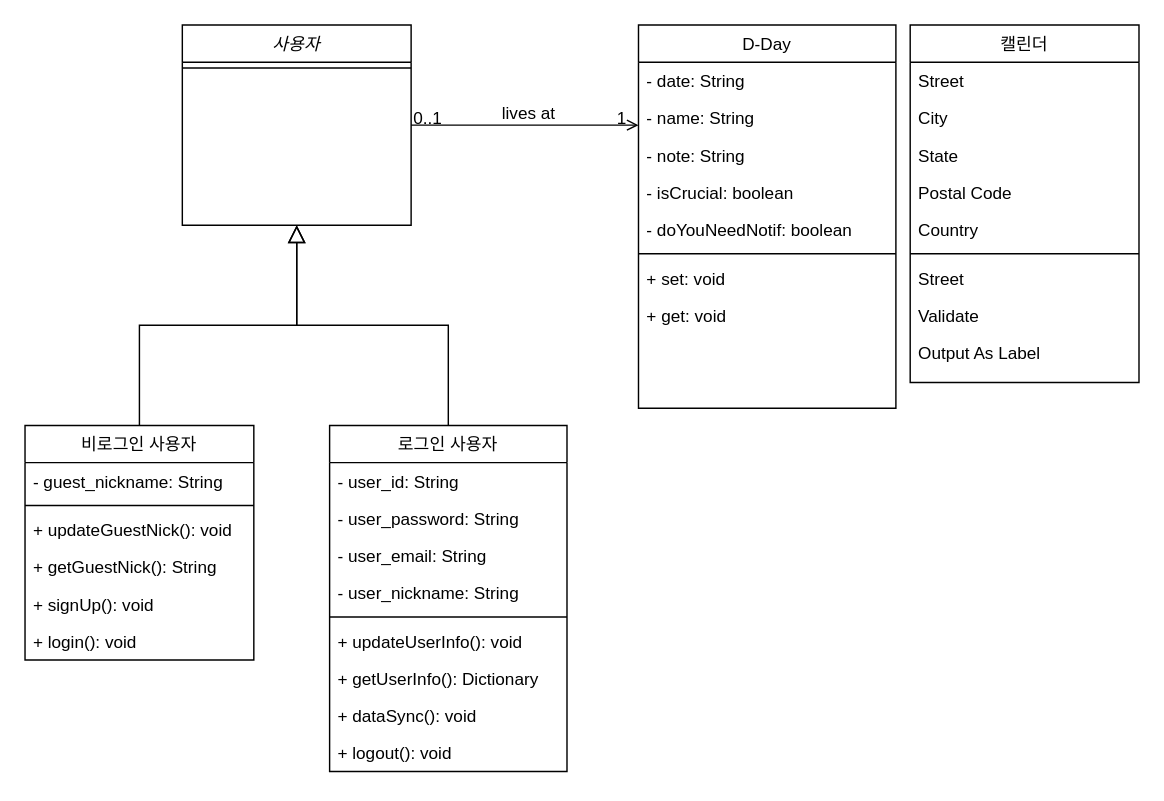
This is class diagram.drawio from baechuTree/softwareEngineering, a draw.io file, before an edit. Source tidied: cells renumbered, new cells numbered last; positions are measured from the earlier drawing's top-left corner, leaving out a move shared by most shapes. Both pictures are drawn from the tidied source at 143%, with x=0, y=0 at pixel (24, 24).
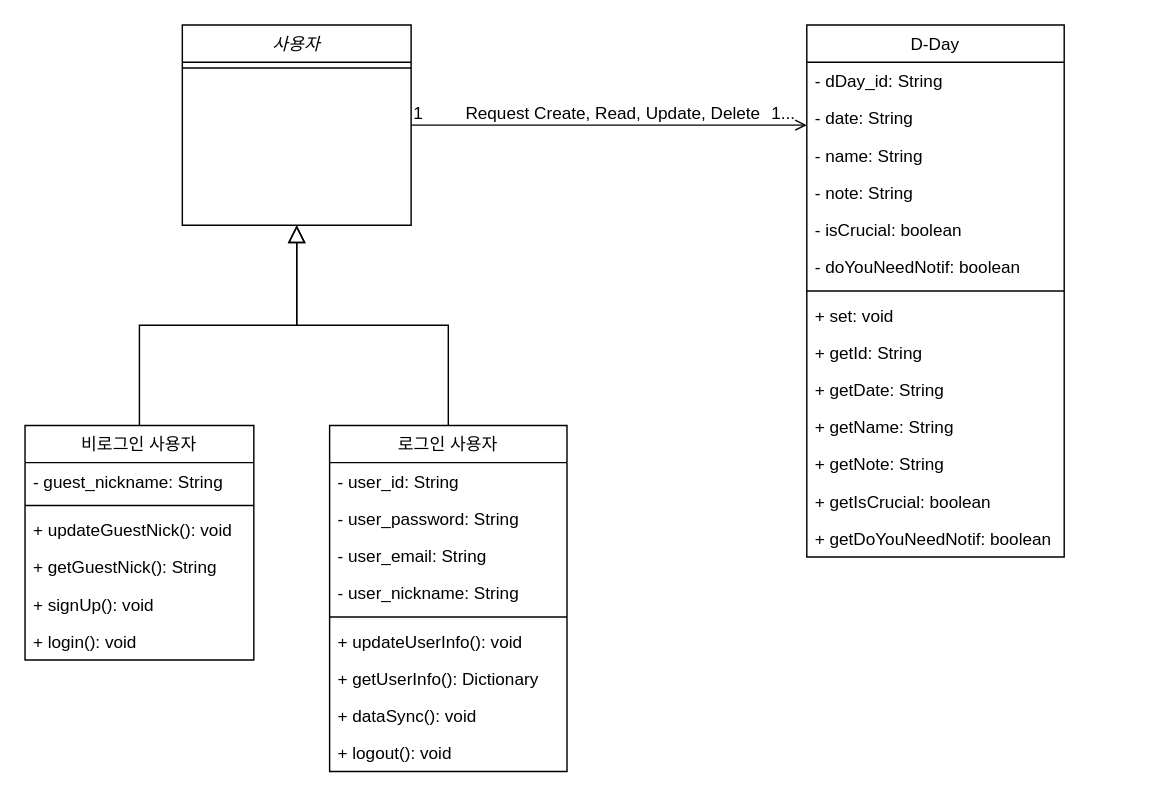
The same page after the edit.

Unchanged cells that the change refers to:
```xml
<mxCell id="33" style="endArrow=open;shadow=0;strokeWidth=1;rounded=0;curved=0;endFill=1;edgeStyle=elbowEdgeStyle;elbow=vertical;" parent="1" edge="1" source="2" target="23">
  <mxGeometry x="0.5" y="41" relative="1" as="geometry">
    <mxPoint x="-40" y="32" as="offset" />
  </mxGeometry>
</mxCell>
```

The edit, as a diff of the source:
```diff
@@
     <mxCell id="23" value="D-Day" style="swimlane;fontStyle=0;align=center;verticalAlign=top;horizontal=1;startSize=26;rounded=0;shadow=0;strokeWidth=1;" parent="1" vertex="1">
-      <mxGeometry x="429" width="180" height="268" as="geometry" />
+      <mxGeometry x="546.7" width="180" height="372" as="geometry" />
     </mxCell>
-    <mxCell id="24" value="- date: String" style="text;align=left;verticalAlign=top;spacingLeft=4;spacingRight=4;overflow=hidden;" parent="23" vertex="1">
+    <mxCell id="24" value="- dDay_id: String" style="text;align=left;verticalAlign=top;spacingLeft=4;spacingRight=4;overflow=hidden;" parent="23" vertex="1">
       <mxGeometry y="26" width="180" height="26" as="geometry" />
     </mxCell>
+    <mxCell id="48" value="- date: String" style="text;align=left;verticalAlign=top;spacingLeft=4;spacingRight=4;overflow=hidden;" parent="23" vertex="1">
+      <mxGeometry y="52" width="180" height="26" as="geometry" />
+    </mxCell>
     <mxCell id="25" value="- name: String" style="text;align=left;verticalAlign=top;spacingLeft=4;spacingRight=4;overflow=hidden;rounded=0;shadow=0;html=0;" parent="23" vertex="1">
-      <mxGeometry y="52" width="180" height="26" as="geometry" />
+      <mxGeometry y="78" width="180" height="26" as="geometry" />
     </mxCell>
     <mxCell id="26" value="- note: String" style="text;align=left;verticalAlign=top;spacingLeft=4;spacingRight=4;overflow=hidden;rounded=0;shadow=0;html=0;" parent="23" vertex="1">
-      <mxGeometry y="78" width="180" height="26" as="geometry" />
+      <mxGeometry y="104" width="180" height="26" as="geometry" />
     </mxCell>
     <mxCell id="27" value="- isCrucial: boolean" style="text;align=left;verticalAlign=top;spacingLeft=4;spacingRight=4;overflow=hidden;rounded=0;shadow=0;html=0;" parent="23" vertex="1">
-      <mxGeometry y="104" width="180" height="26" as="geometry" />
+      <mxGeometry y="130" width="180" height="26" as="geometry" />
     </mxCell>
     <mxCell id="28" value="- doYouNeedNotif: boolean" style="text;align=left;verticalAlign=top;spacingLeft=4;spacingRight=4;overflow=hidden;rounded=0;shadow=0;html=0;" parent="23" vertex="1">
-      <mxGeometry y="130" width="180" height="26" as="geometry" />
+      <mxGeometry y="156" width="180" height="26" as="geometry" />
     </mxCell>
     <mxCell id="29" style="line;html=1;strokeWidth=1;align=left;verticalAlign=middle;spacingTop=-1;spacingLeft=3;spacingRight=3;labelPosition=right;" parent="23" vertex="1">
-      <mxGeometry y="156" width="180" height="8" as="geometry" />
+      <mxGeometry y="182" width="180" height="8" as="geometry" />
     </mxCell>
     <mxCell id="30" value="+ set: void" style="text;align=left;verticalAlign=top;spacingLeft=4;spacingRight=4;overflow=hidden;points=[[0,0.5],[1,0.5]];portConstraint=eastwest;" parent="23" vertex="1">
-      <mxGeometry y="164" width="180" height="26" as="geometry" />
+      <mxGeometry y="190" width="180" height="26" as="geometry" />
     </mxCell>
@@
-    <mxCell id="32" value="+ get: void" style="text;align=left;verticalAlign=top;spacingLeft=4;spacingRight=4;overflow=hidden;" parent="23" vertex="1">
-      <mxGeometry y="190" width="180" height="26" as="geometry" />
+    <mxCell id="32" value="+ getId: String" style="text;align=left;verticalAlign=top;spacingLeft=4;spacingRight=4;overflow=hidden;" parent="23" vertex="1">
+      <mxGeometry y="216" width="180" height="26" as="geometry" />
     </mxCell>
+    <mxCell id="49" value="+ getDate: String" style="text;align=left;verticalAlign=top;spacingLeft=4;spacingRight=4;overflow=hidden;" parent="23" vertex="1">
+      <mxGeometry y="242" width="180" height="26" as="geometry" />
+    </mxCell>
+    <mxCell id="50" value="+ getName: String" style="text;align=left;verticalAlign=top;spacingLeft=4;spacingRight=4;overflow=hidden;" parent="23" vertex="1">
+      <mxGeometry y="268" width="180" height="26" as="geometry" />
+    </mxCell>
+    <mxCell id="51" value="+ getNote: String" style="text;align=left;verticalAlign=top;spacingLeft=4;spacingRight=4;overflow=hidden;" parent="23" vertex="1">
+      <mxGeometry y="294" width="180" height="26" as="geometry" />
+    </mxCell>
+    <mxCell id="52" value="+ getIsCrucial: boolean" style="text;align=left;verticalAlign=top;spacingLeft=4;spacingRight=4;overflow=hidden;" parent="23" vertex="1">
+      <mxGeometry y="320" width="180" height="26" as="geometry" />
+    </mxCell>
+    <mxCell id="53" value="+ getDoYouNeedNotif: boolean" style="text;align=left;verticalAlign=top;spacingLeft=4;spacingRight=4;overflow=hidden;" parent="23" vertex="1">
+      <mxGeometry y="346" width="180" height="26" as="geometry" />
+    </mxCell>
@@
-    <mxCell id="34" value="0..1" style="align=left;verticalAlign=bottom;labelBackgroundColor=none;fontSize=12;" parent="33" vertex="1">
-      <mxGeometry x="-1" relative="1" as="geometry">
-        <mxPoint y="4" as="offset" />
-      </mxGeometry>
+    <mxCell id="34" value="1" style="align=left;verticalAlign=bottom;labelBackgroundColor=none;fontSize=12;" parent="33" vertex="1">
+      <mxGeometry x="-1" relative="1" as="geometry" />
     </mxCell>
-    <mxCell id="35" value="1" style="align=right;verticalAlign=bottom;labelBackgroundColor=none;fontSize=12;" parent="33" vertex="1">
+    <mxCell id="35" value="1..." style="align=right;verticalAlign=bottom;labelBackgroundColor=none;fontSize=12;" parent="33" vertex="1">
       <mxGeometry x="1" relative="1" as="geometry">
-        <mxPoint x="-7" y="4" as="offset" />
+        <mxPoint x="-7" as="offset" />
       </mxGeometry>
     </mxCell>
-    <mxCell id="36" value="lives at" style="text;html=1;align=center;verticalAlign=middle;labelBackgroundColor=none;rounded=0;shadow=0;strokeWidth=1;fontSize=12;" parent="33" vertex="1">
+    <mxCell id="36" value="Request Create, Read, Update, Delete" style="text;html=1;align=center;verticalAlign=middle;labelBackgroundColor=none;rounded=0;shadow=0;strokeWidth=1;fontSize=12;" parent="33" vertex="1">
       <mxGeometry x="0.5" y="49" relative="1" as="geometry">
-        <mxPoint x="-38" y="40" as="offset" />
+        <mxPoint x="-68" y="40" as="offset" />
       </mxGeometry>
     </mxCell>
-    <mxCell id="37" value="캘린더" style="swimlane;fontStyle=0;align=center;verticalAlign=top;horizontal=1;startSize=26;rounded=0;shadow=0;strokeWidth=1;" parent="1" vertex="1">
-      <mxGeometry x="619" width="160" height="250" as="geometry" />
-    </mxCell>
-    <mxCell id="38" value="Street" style="text;align=left;verticalAlign=top;spacingLeft=4;spacingRight=4;overflow=hidden;" parent="37" vertex="1">
-      <mxGeometry y="26" width="160" height="26" as="geometry" />
-    </mxCell>
-    <mxCell id="39" value="City" style="text;align=left;verticalAlign=top;spacingLeft=4;spacingRight=4;overflow=hidden;rounded=0;shadow=0;html=0;" parent="37" vertex="1">
-      <mxGeometry y="52" width="160" height="26" as="geometry" />
-    </mxCell>
-    <mxCell id="40" value="State" style="text;align=left;verticalAlign=top;spacingLeft=4;spacingRight=4;overflow=hidden;rounded=0;shadow=0;html=0;" parent="37" vertex="1">
-      <mxGeometry y="78" width="160" height="26" as="geometry" />
-    </mxCell>
-    <mxCell id="41" value="Postal Code" style="text;align=left;verticalAlign=top;spacingLeft=4;spacingRight=4;overflow=hidden;rounded=0;shadow=0;html=0;" parent="37" vertex="1">
-      <mxGeometry y="104" width="160" height="26" as="geometry" />
-    </mxCell>
-    <mxCell id="42" value="Country" style="text;align=left;verticalAlign=top;spacingLeft=4;spacingRight=4;overflow=hidden;rounded=0;shadow=0;html=0;" parent="37" vertex="1">
-      <mxGeometry y="130" width="160" height="26" as="geometry" />
-    </mxCell>
-    <mxCell id="43" style="line;html=1;strokeWidth=1;align=left;verticalAlign=middle;spacingTop=-1;spacingLeft=3;spacingRight=3;labelPosition=right;" parent="37" vertex="1">
-      <mxGeometry y="156" width="160" height="8" as="geometry" />
-    </mxCell>
-    <mxCell id="44" value="Street" style="text;align=left;verticalAlign=top;spacingLeft=4;spacingRight=4;overflow=hidden;" parent="37" vertex="1">
-      <mxGeometry y="164" width="160" height="26" as="geometry" />
-    </mxCell>
-    <mxCell id="45" value="Validate" style="text;align=left;verticalAlign=top;spacingLeft=4;spacingRight=4;overflow=hidden;" parent="37" vertex="1">
-      <mxGeometry y="190" width="160" height="26" as="geometry" />
-    </mxCell>
-    <mxCell id="46" value="Output As Label" style="text;align=left;verticalAlign=top;spacingLeft=4;spacingRight=4;overflow=hidden;points=[[0,0.5],[1,0.5]];portConstraint=eastwest;" parent="37" vertex="1">
-      <mxGeometry y="216" width="160" height="26" as="geometry" />
-    </mxCell>
-    <mxCell id="47" style="edgeStyle=none;curved=1;rounded=0;orthogonalLoop=1;jettySize=auto;html=1;exitX=0;exitY=0.5;exitDx=0;exitDy=0;fontSize=12;startSize=8;endSize=8;" parent="37" edge="1" source="46" target="46">
-      <mxGeometry relative="1" as="geometry" />
-    </mxCell>
```
